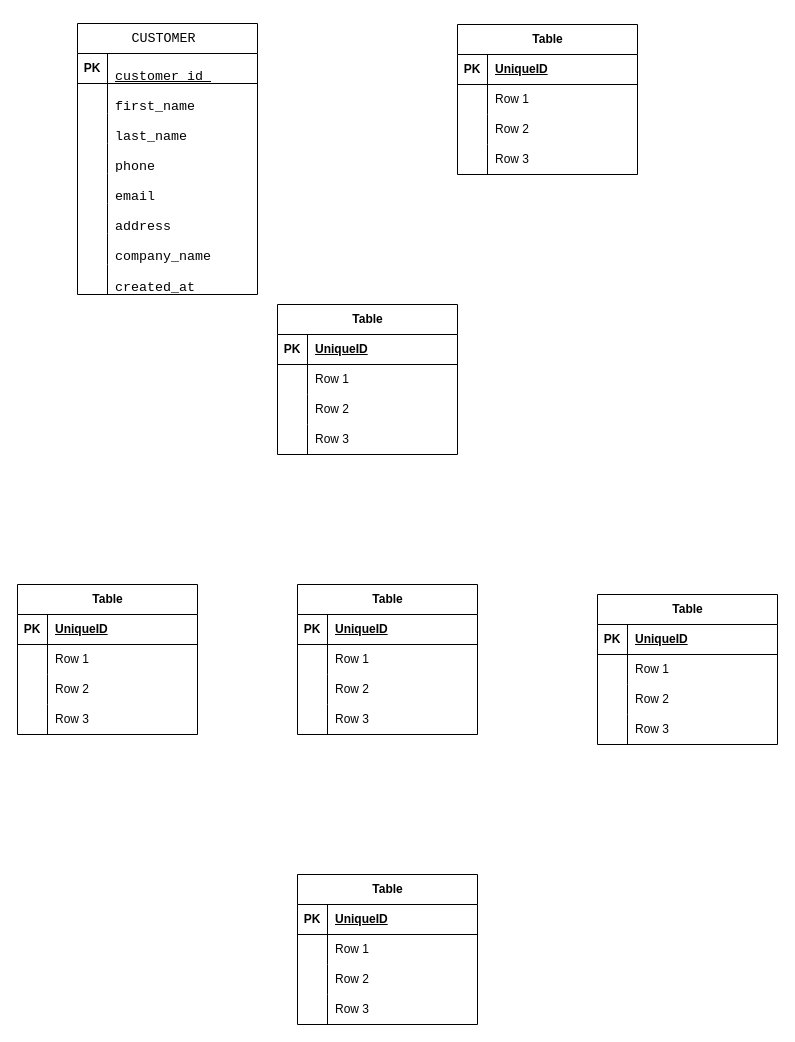
This is project.drawio from balixsulait-alt/Draw.io, a draw.io file, before an edit. Source tidied: cells renumbered, new cells numbered last; positions are measured from the earlier drawing's top-left corner, leaving out a move shared by most shapes. Both pictures are drawn from the tidied source at 100%, with x=0, y=0 at pixel (17, 23).
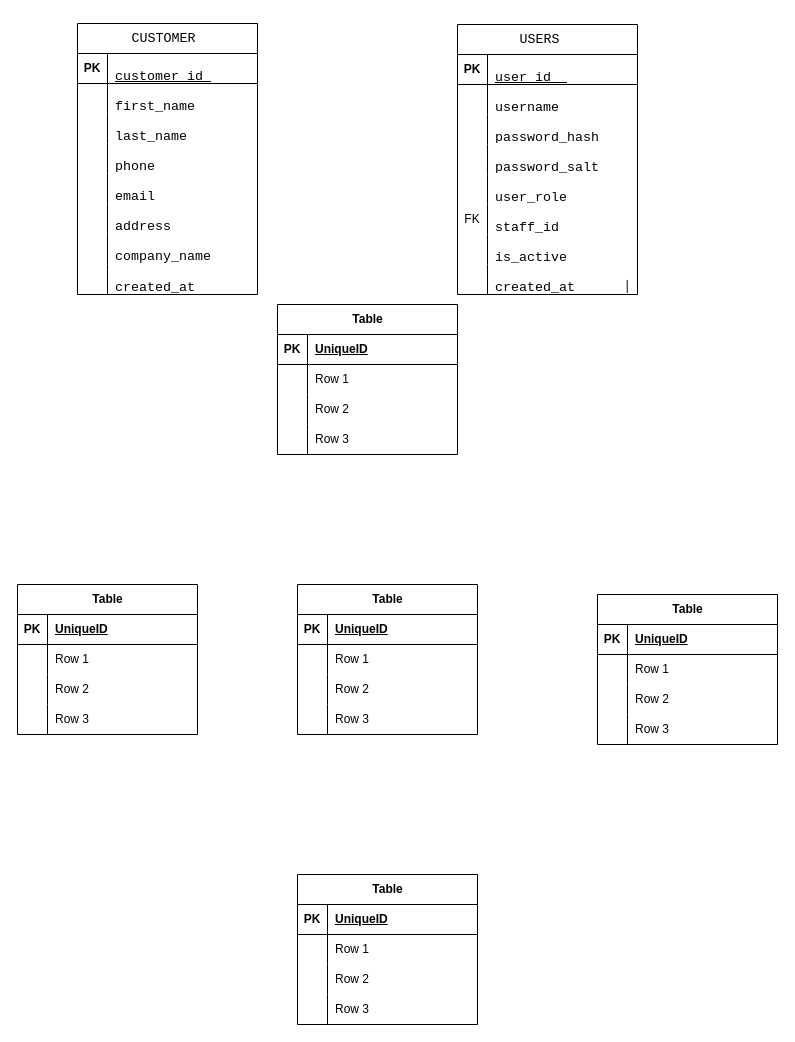
The same diagram, later.

The change refers to these unchanged cells:
```xml
<mxCell id="28" style="shape=tableRow;horizontal=0;startSize=0;swimlaneHead=0;swimlaneBody=0;fillColor=none;top=0;left=0;right=0;bottom=1;" parent="27" vertex="1">
  <mxGeometry y="30" width="180" height="30" as="geometry" />
</mxCell>
<mxCell id="31" style="shape=tableRow;horizontal=0;startSize=0;swimlaneHead=0;swimlaneBody=0;fillColor=none;top=0;left=0;right=0;bottom=0;" parent="27" vertex="1">
  <mxGeometry y="60" width="180" height="30" as="geometry" />
</mxCell>
<mxCell id="34" style="shape=tableRow;horizontal=0;startSize=0;swimlaneHead=0;swimlaneBody=0;fillColor=none;top=0;left=0;right=0;bottom=0;" parent="27" vertex="1">
  <mxGeometry y="90" width="180" height="30" as="geometry" />
</mxCell>
<mxCell id="37" style="shape=tableRow;horizontal=0;startSize=0;swimlaneHead=0;swimlaneBody=0;fillColor=none;top=0;left=0;right=0;bottom=0;" parent="27" vertex="1">
  <mxGeometry y="120" width="180" height="30" as="geometry" />
</mxCell>
```

Change to the diagram source:
```diff
@@
-    <mxCell id="27" value="Table" style="shape=table;startSize=30;childLayout=tableLayout;rowLines=0;fontStyle=1;align=center;html=1;" parent="1" vertex="1">
-      <mxGeometry x="440" y="1" width="180" height="150" as="geometry" />
+    <mxCell id="27" value="&lt;pre class=&quot;western&quot; style=&quot;direction: ltr; color: rgb(0, 0, 0); text-align: left; background: transparent; font-family: &amp;quot;Liberation Mono&amp;quot;, serif; font-size: 10pt; font-weight: 400;&quot;&gt;USERS  &lt;/pre&gt;" style="shape=table;startSize=30;childLayout=tableLayout;rowLines=0;fontStyle=1;align=center;html=1;" parent="1" vertex="1">
+      <mxGeometry x="440" y="1" width="180" height="270" as="geometry" />
     </mxCell>
@@
-    <mxCell id="30" value="UniqueID" style="shape=partialRectangle;fillColor=none;top=0;left=0;bottom=0;right=0;align=left;spacingLeft=6;fontStyle=5;overflow=hidden;whiteSpace=wrap;html=1;" parent="28" vertex="1">
+    <mxCell id="30" value="&lt;pre class=&quot;western&quot; style=&quot;direction: ltr; color: rgb(0, 0, 0); background: transparent; font-family: &amp;quot;Liberation Mono&amp;quot;, serif; font-size: 10pt; font-weight: 400;&quot;&gt;user_id  &lt;/pre&gt;" style="shape=partialRectangle;fillColor=none;top=0;left=0;bottom=0;right=0;align=left;spacingLeft=6;fontStyle=5;overflow=hidden;whiteSpace=wrap;html=1;" parent="28" vertex="1">
       <mxGeometry x="30" width="150" height="30" as="geometry" />
     </mxCell>
@@
-    <mxCell id="33" value="Row 1" style="shape=partialRectangle;fillColor=none;top=0;left=0;bottom=0;right=0;align=left;spacingLeft=6;overflow=hidden;whiteSpace=wrap;html=1;" parent="31" vertex="1">
+    <mxCell id="33" value="&lt;pre class=&quot;western&quot; style=&quot;direction: ltr; color: rgb(0, 0, 0); background: transparent; font-family: &amp;quot;Liberation Mono&amp;quot;, serif; font-size: 10pt;&quot;&gt;username   &lt;/pre&gt;" style="shape=partialRectangle;fillColor=none;top=0;left=0;bottom=0;right=0;align=left;spacingLeft=6;overflow=hidden;whiteSpace=wrap;html=1;" parent="31" vertex="1">
       <mxGeometry x="30" width="150" height="30" as="geometry" />
     </mxCell>
@@
-    <mxCell id="36" value="Row 2" style="shape=partialRectangle;fillColor=none;top=0;left=0;bottom=0;right=0;align=left;spacingLeft=6;overflow=hidden;whiteSpace=wrap;html=1;" parent="34" vertex="1">
+    <mxCell id="36" value="&lt;pre class=&quot;western&quot; style=&quot;direction: ltr; color: rgb(0, 0, 0); background: transparent; font-family: &amp;quot;Liberation Mono&amp;quot;, serif; font-size: 10pt;&quot;&gt;password_hash &lt;/pre&gt;" style="shape=partialRectangle;fillColor=none;top=0;left=0;bottom=0;right=0;align=left;spacingLeft=6;overflow=hidden;whiteSpace=wrap;html=1;" parent="34" vertex="1">
       <mxGeometry x="30" width="150" height="30" as="geometry" />
     </mxCell>
@@
-    <mxCell id="39" value="Row 3" style="shape=partialRectangle;fillColor=none;top=0;left=0;bottom=0;right=0;align=left;spacingLeft=6;overflow=hidden;whiteSpace=wrap;html=1;" parent="37" vertex="1">
+    <mxCell id="39" value="&lt;pre class=&quot;western&quot; style=&quot;direction: ltr; color: rgb(0, 0, 0); background: transparent; font-family: &amp;quot;Liberation Mono&amp;quot;, serif; font-size: 10pt;&quot;&gt;password_salt &lt;/pre&gt;" style="shape=partialRectangle;fillColor=none;top=0;left=0;bottom=0;right=0;align=left;spacingLeft=6;overflow=hidden;whiteSpace=wrap;html=1;" parent="37" vertex="1">
       <mxGeometry x="30" width="150" height="30" as="geometry" />
     </mxCell>
+    <mxCell id="105" style="shape=tableRow;horizontal=0;startSize=0;swimlaneHead=0;swimlaneBody=0;fillColor=none;top=0;left=0;right=0;bottom=0;" parent="27" vertex="1">
+      <mxGeometry y="150" width="180" height="30" as="geometry" />
+    </mxCell>
+    <mxCell id="106" style="shape=partialRectangle;fillColor=none;top=0;left=0;bottom=0;right=0;overflow=hidden;whiteSpace=wrap;html=1;" parent="105" vertex="1">
+      <mxGeometry width="30" height="30" as="geometry" />
+    </mxCell>
+    <mxCell id="107" value="&lt;pre class=&quot;western&quot; style=&quot;direction: ltr; color: rgb(0, 0, 0); background: transparent; font-family: &amp;quot;Liberation Mono&amp;quot;, serif; font-size: 10pt;&quot;&gt;&lt;pre class=&quot;western&quot; style=&quot;direction: ltr; color: rgb(0, 0, 0); background: transparent; font-family: &amp;quot;Liberation Mono&amp;quot;, serif; font-size: 10pt;&quot;&gt;user_role &lt;/pre&gt;&lt;/pre&gt;" style="shape=partialRectangle;fillColor=none;top=0;left=0;bottom=0;right=0;align=left;spacingLeft=6;overflow=hidden;whiteSpace=wrap;html=1;" parent="105" vertex="1">
+      <mxGeometry x="30" width="150" height="30" as="geometry" />
+    </mxCell>
+    <mxCell id="108" style="shape=tableRow;horizontal=0;startSize=0;swimlaneHead=0;swimlaneBody=0;fillColor=none;top=0;left=0;right=0;bottom=0;" parent="27" vertex="1">
+      <mxGeometry y="180" width="180" height="30" as="geometry" />
+    </mxCell>
+    <mxCell id="109" value="FK" style="shape=partialRectangle;fillColor=none;top=0;left=0;bottom=0;right=0;overflow=hidden;whiteSpace=wrap;html=1;" parent="108" vertex="1">
+      <mxGeometry width="30" height="30" as="geometry" />
+    </mxCell>
+    <mxCell id="110" value="&lt;pre class=&quot;western&quot; style=&quot;direction: ltr; color: rgb(0, 0, 0); background: transparent; font-family: &amp;quot;Liberation Mono&amp;quot;, serif; font-size: 10pt;&quot;&gt;&lt;pre class=&quot;western&quot; style=&quot;direction: ltr; color: rgb(0, 0, 0); background: transparent; font-family: &amp;quot;Liberation Mono&amp;quot;, serif; font-size: 10pt;&quot;&gt;staff_id   &lt;/pre&gt;&lt;/pre&gt;" style="shape=partialRectangle;fillColor=none;top=0;left=0;bottom=0;right=0;align=left;spacingLeft=6;overflow=hidden;whiteSpace=wrap;html=1;" parent="108" vertex="1">
+      <mxGeometry x="30" width="150" height="30" as="geometry" />
+    </mxCell>
+    <mxCell id="111" style="shape=tableRow;horizontal=0;startSize=0;swimlaneHead=0;swimlaneBody=0;fillColor=none;top=0;left=0;right=0;bottom=0;" parent="27" vertex="1">
+      <mxGeometry y="210" width="180" height="30" as="geometry" />
+    </mxCell>
+    <mxCell id="112" style="shape=partialRectangle;fillColor=none;top=0;left=0;bottom=0;right=0;overflow=hidden;whiteSpace=wrap;html=1;" parent="111" vertex="1">
+      <mxGeometry width="30" height="30" as="geometry" />
+    </mxCell>
+    <mxCell id="113" value="&lt;pre class=&quot;western&quot; style=&quot;direction: ltr; color: rgb(0, 0, 0); background: transparent; font-family: &amp;quot;Liberation Mono&amp;quot;, serif; font-size: 10pt;&quot;&gt;&lt;pre class=&quot;western&quot; style=&quot;direction: ltr; color: rgb(0, 0, 0); background: transparent; font-family: &amp;quot;Liberation Mono&amp;quot;, serif; font-size: 10pt;&quot;&gt;is_active &lt;/pre&gt;&lt;/pre&gt;" style="shape=partialRectangle;fillColor=none;top=0;left=0;bottom=0;right=0;align=left;spacingLeft=6;overflow=hidden;whiteSpace=wrap;html=1;" parent="111" vertex="1">
+      <mxGeometry x="30" width="150" height="30" as="geometry" />
+    </mxCell>
+    <mxCell id="114" style="shape=tableRow;horizontal=0;startSize=0;swimlaneHead=0;swimlaneBody=0;fillColor=none;top=0;left=0;right=0;bottom=0;" parent="27" vertex="1">
+      <mxGeometry y="240" width="180" height="30" as="geometry" />
+    </mxCell>
+    <mxCell id="115" style="shape=partialRectangle;fillColor=none;top=0;left=0;bottom=0;right=0;overflow=hidden;whiteSpace=wrap;html=1;" parent="114" vertex="1">
+      <mxGeometry width="30" height="30" as="geometry" />
+    </mxCell>
+    <mxCell id="116" value="&lt;pre class=&quot;western&quot; style=&quot;direction: ltr; color: rgb(0, 0, 0); background: transparent; font-family: &amp;quot;Liberation Mono&amp;quot;, serif; font-size: 10pt;&quot;&gt;&lt;pre class=&quot;western&quot; style=&quot;direction: ltr; color: rgb(0, 0, 0); background: transparent; font-family: &amp;quot;Liberation Mono&amp;quot;, serif; font-size: 10pt;&quot;&gt;&lt;pre class=&quot;western&quot; style=&quot;direction: ltr; color: rgb(0, 0, 0); background: transparent; font-family: &amp;quot;Liberation Mono&amp;quot;, serif; font-size: 10pt;&quot;&gt;created_at      │&lt;/pre&gt;&lt;/pre&gt;&lt;/pre&gt;" style="shape=partialRectangle;fillColor=none;top=0;left=0;bottom=0;right=0;align=left;spacingLeft=6;overflow=hidden;whiteSpace=wrap;html=1;" parent="114" vertex="1">
+      <mxGeometry x="30" width="150" height="30" as="geometry" />
+    </mxCell>
```
